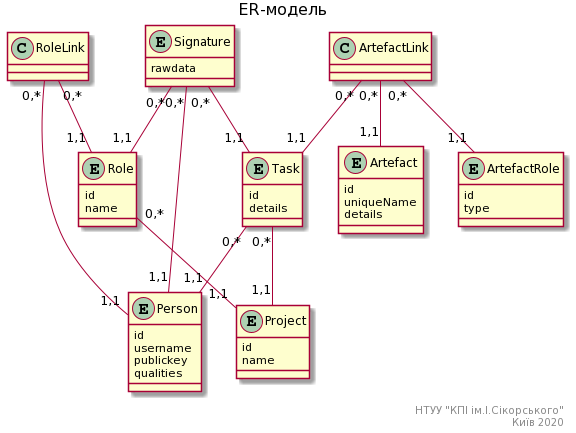
Above: docs/images/ER-model.png in TauruSSilver9029/OBD (PlantUML), before the change. Its diagram source:
```plantuml
@startuml
title
<font size=16 color=black>ER-модель
end title

entity Person {
    id
    username
    publickey
    qualities
}

entity Role {
    id
    name
}

entity Task {
    id
    details
}

entity Signature {
    rawdata
}

entity Artefact {
    id
    uniqueName
    details
}

entity ArtefactRole {
    id
    type
}

entity Project {
    id
    name
}

Signature "0,*"--"1,1" Task
Signature "0,*"--"1,1" Person
Signature "0,*"--"1,1" Role

Role "0,*"--"1,1" Project

RoleLink "0,*"--"1,1" Role
RoleLink "0,*"--"1,1" Person

Task "0,*"--"1,1" Person
Task "0,*"--"1,1" Project

ArtefactLink "0,*"--"1,1" Artefact
ArtefactLink "0,*"--"1,1" Task
ArtefactLink "0,*"--"1,1" ArtefactRole

right footer
НТУУ "КПІ ім.І.Сікорського"
Київ 2020
end footer
@enduml
```
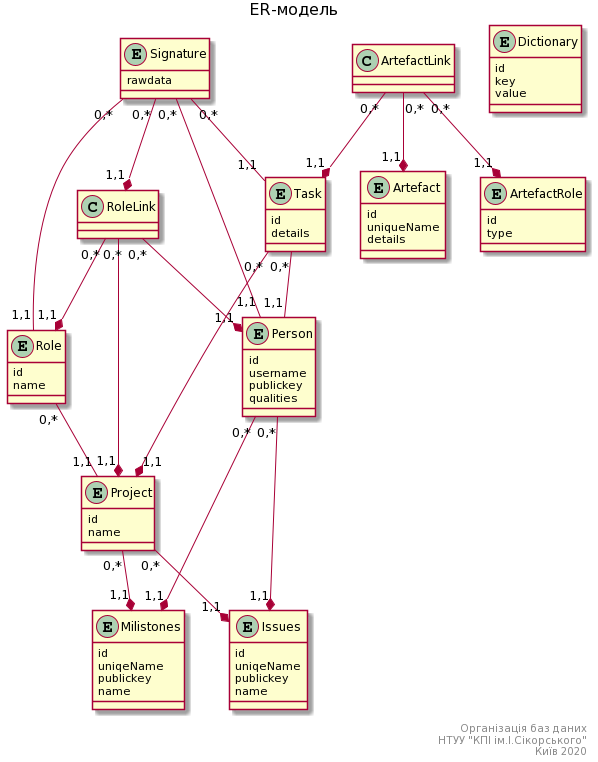
Later version of the same file.

What changed in the source:
```diff
@@ -40,23 +40,50 @@
     name
 }
 
+entity Dictionary {
+id
+key
+value
+}
+
+entity Issues {
+id
+uniqeName
+publickey
+name
+}
+
+entity Milistones {
+id
+uniqeName
+publickey
+name
+}
+
 Signature "0,*"--"1,1" Task
 Signature "0,*"--"1,1" Person
 Signature "0,*"--"1,1" Role
-
+Signature "0,*"--*"1,1" RoleLink
 Role "0,*"--"1,1" Project
 
-RoleLink "0,*"--"1,1" Role
-RoleLink "0,*"--"1,1" Person
+RoleLink "0,*"--*"1,1" Role
+RoleLink "0,*"--*"1,1" Person
+RoleLink "0,*"--*"1,1" Project
 
 Task "0,*"--"1,1" Person
-Task "0,*"--"1,1" Project
+Task "0,*"--*"1,1" Project
+Person "0,*"--*"1,1" Issues
+Project "0,*"--*"1,1" Issues
+Person "0,*"--*"1,1" Milistones
+Project "0,*"--*"1,1" Milistones
 
-ArtefactLink "0,*"--"1,1" Artefact
-ArtefactLink "0,*"--"1,1" Task
-ArtefactLink "0,*"--"1,1" ArtefactRole
+
+ArtefactLink "0,*"--*"1,1" Artefact
+ArtefactLink "0,*"--*"1,1" Task
+ArtefactLink "0,*"--*"1,1" ArtefactRole
 
 right footer
+Організація баз даних
 НТУУ "КПІ ім.І.Сікорського"
 Київ 2020
 end footer
```
